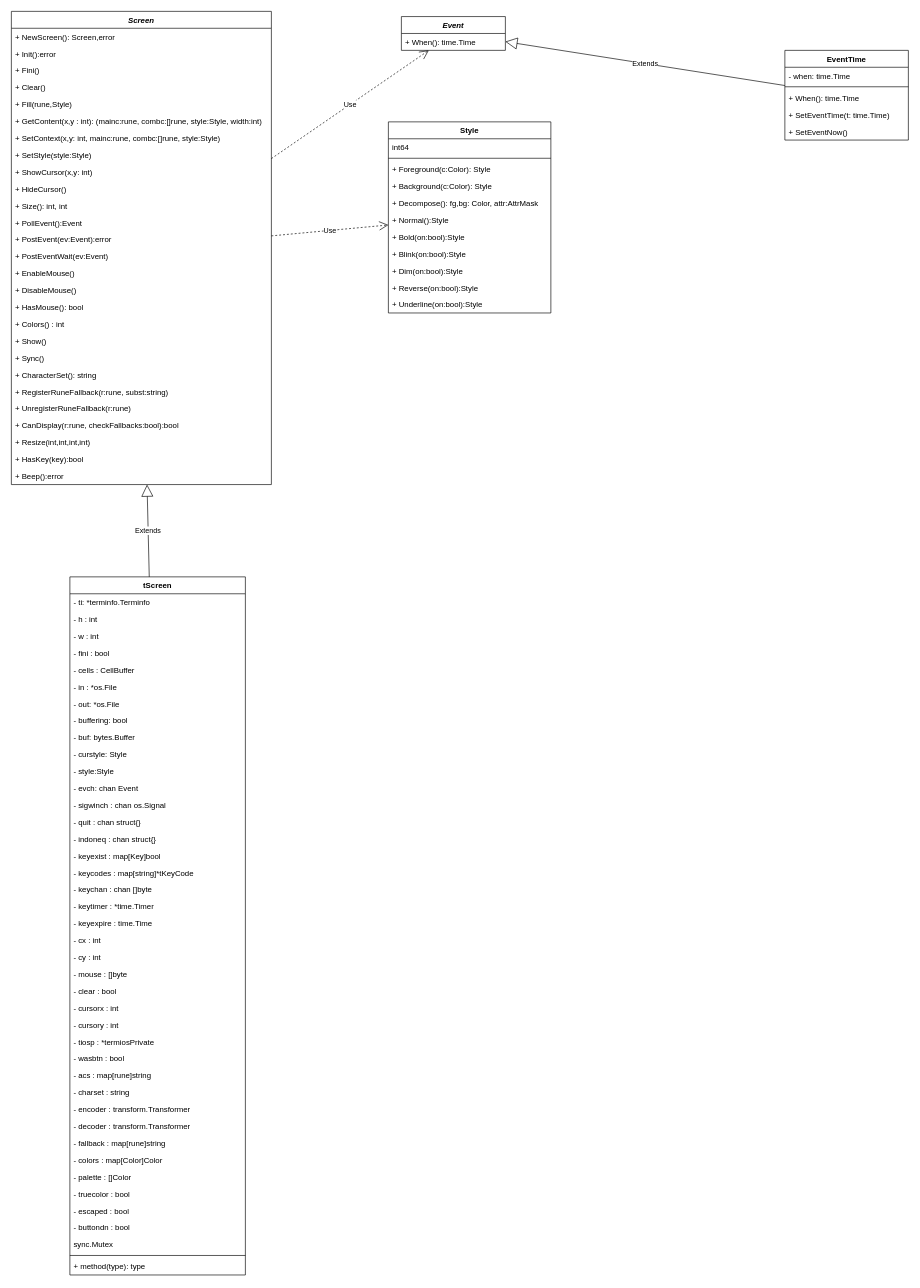
Above: 15.puzzle/tcell.drawio in 63isOK/conference_graph (draw.io), before the change. Source tidied: cells renumbered, new cells numbered last; positions are measured from the earlier drawing's top-left corner, leaving out a move shared by most shapes. Both pictures are drawn from the tidied source at 65%, with x=0, y=0 at pixel (11, 11).
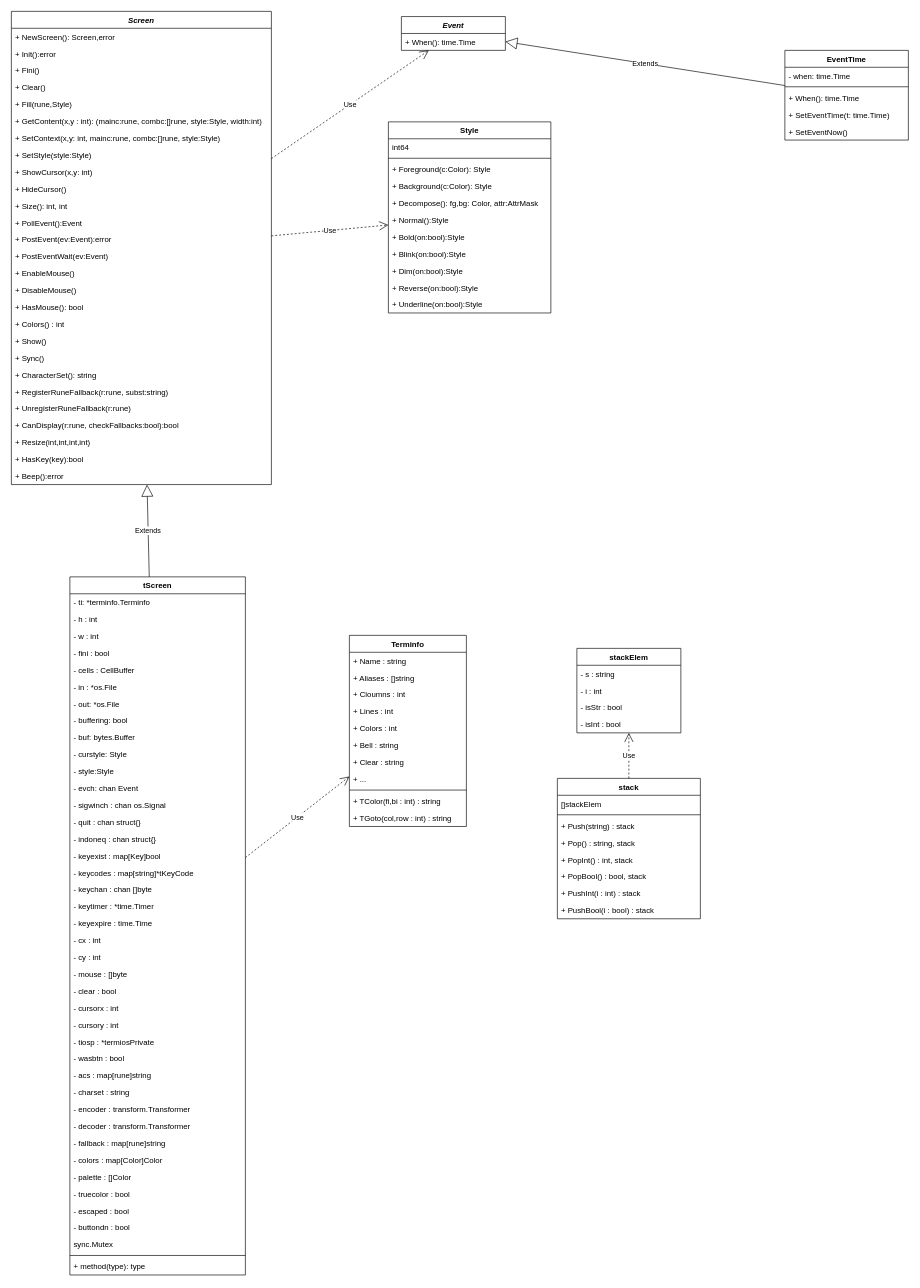
The same diagram, later.

The change refers to these unchanged cells:
```xml
<mxCell id="53" value="tScreen" style="swimlane;fontStyle=1;align=center;verticalAlign=top;horizontal=1;startSize=26;" parent="1" vertex="1">
  <mxGeometry x="90" y="870" width="270" height="1074" as="geometry" />
</mxCell>
```

Diff of the diagram source:
```diff
@@
+    <mxCell id="96" value="Terminfo" style="swimlane;fontStyle=1;align=center;verticalAlign=top;horizontal=1;startSize=26;" parent="1" vertex="1">
+      <mxGeometry x="520" y="960" width="180" height="294" as="geometry" />
+    </mxCell>
+    <mxCell id="97" value="+ Name : string" style="text;strokeColor=none;fillColor=none;align=left;verticalAlign=top;spacingLeft=4;spacingRight=4;overflow=hidden;" parent="96" vertex="1">
+      <mxGeometry y="26" width="180" height="26" as="geometry" />
+    </mxCell>
+    <mxCell id="98" value="+ Aliases : []string" style="text;strokeColor=none;fillColor=none;align=left;verticalAlign=top;spacingLeft=4;spacingRight=4;overflow=hidden;" parent="96" vertex="1">
+      <mxGeometry y="52" width="180" height="26" as="geometry" />
+    </mxCell>
+    <mxCell id="99" value="+ Cloumns : int" style="text;strokeColor=none;fillColor=none;align=left;verticalAlign=top;spacingLeft=4;spacingRight=4;overflow=hidden;" parent="96" vertex="1">
+      <mxGeometry y="78" width="180" height="26" as="geometry" />
+    </mxCell>
+    <mxCell id="100" value="+ Lines : int" style="text;strokeColor=none;fillColor=none;align=left;verticalAlign=top;spacingLeft=4;spacingRight=4;overflow=hidden;" parent="96" vertex="1">
+      <mxGeometry y="104" width="180" height="26" as="geometry" />
+    </mxCell>
+    <mxCell id="101" value="+ Colors : int" style="text;strokeColor=none;fillColor=none;align=left;verticalAlign=top;spacingLeft=4;spacingRight=4;overflow=hidden;" parent="96" vertex="1">
+      <mxGeometry y="130" width="180" height="26" as="geometry" />
+    </mxCell>
+    <mxCell id="102" value="+ Bell : string" style="text;strokeColor=none;fillColor=none;align=left;verticalAlign=top;spacingLeft=4;spacingRight=4;overflow=hidden;" parent="96" vertex="1">
+      <mxGeometry y="156" width="180" height="26" as="geometry" />
+    </mxCell>
+    <mxCell id="103" value="+ Clear : string" style="text;strokeColor=none;fillColor=none;align=left;verticalAlign=top;spacingLeft=4;spacingRight=4;overflow=hidden;" parent="96" vertex="1">
+      <mxGeometry y="182" width="180" height="26" as="geometry" />
+    </mxCell>
+    <mxCell id="104" value="+ ..." style="text;strokeColor=none;fillColor=none;align=left;verticalAlign=top;spacingLeft=4;spacingRight=4;overflow=hidden;" parent="96" vertex="1">
+      <mxGeometry y="208" width="180" height="26" as="geometry" />
+    </mxCell>
+    <mxCell id="105" style="line;strokeWidth=1;fillColor=none;align=left;verticalAlign=middle;spacingTop=-1;spacingLeft=3;spacingRight=3;labelPosition=right;" parent="96" vertex="1">
+      <mxGeometry y="234" width="180" height="8" as="geometry" />
+    </mxCell>
+    <mxCell id="106" value="+ TColor(fi,bi : int) : string" style="text;strokeColor=none;fillColor=none;align=left;verticalAlign=top;spacingLeft=4;spacingRight=4;overflow=hidden;" parent="96" vertex="1">
+      <mxGeometry y="242" width="180" height="26" as="geometry" />
+    </mxCell>
+    <mxCell id="107" value="+ TGoto(col,row : int) : string" style="text;strokeColor=none;fillColor=none;align=left;verticalAlign=top;spacingLeft=4;spacingRight=4;overflow=hidden;" parent="96" vertex="1">
+      <mxGeometry y="268" width="180" height="26" as="geometry" />
+    </mxCell>
+    <mxCell id="108" value="Use" style="endArrow=open;endSize=12;dashed=1;html=1;" parent="1" edge="1" source="53" target="96">
+      <mxGeometry relative="1" as="geometry" />
+    </mxCell>
+    <mxCell id="109" value="stackElem" style="swimlane;fontStyle=1;align=center;verticalAlign=top;horizontal=1;startSize=26;" parent="1" vertex="1">
+      <mxGeometry x="870" y="980" width="160" height="130" as="geometry" />
+    </mxCell>
+    <mxCell id="110" value="- s : string" style="text;strokeColor=none;fillColor=none;align=left;verticalAlign=top;spacingLeft=4;spacingRight=4;overflow=hidden;" parent="109" vertex="1">
+      <mxGeometry y="26" width="160" height="26" as="geometry" />
+    </mxCell>
+    <mxCell id="111" value="- i : int" style="text;strokeColor=none;fillColor=none;align=left;verticalAlign=top;spacingLeft=4;spacingRight=4;overflow=hidden;" parent="109" vertex="1">
+      <mxGeometry y="52" width="160" height="26" as="geometry" />
+    </mxCell>
+    <mxCell id="112" value="- isStr : bool" style="text;strokeColor=none;fillColor=none;align=left;verticalAlign=top;spacingLeft=4;spacingRight=4;overflow=hidden;" parent="109" vertex="1">
+      <mxGeometry y="78" width="160" height="26" as="geometry" />
+    </mxCell>
+    <mxCell id="113" value="- isInt : bool" style="text;strokeColor=none;fillColor=none;align=left;verticalAlign=top;spacingLeft=4;spacingRight=4;overflow=hidden;" parent="109" vertex="1">
+      <mxGeometry y="104" width="160" height="26" as="geometry" />
+    </mxCell>
+    <mxCell id="114" value="stack" style="swimlane;fontStyle=1;align=center;verticalAlign=top;horizontal=1;startSize=26;" parent="1" vertex="1">
+      <mxGeometry x="840" y="1180" width="220" height="216" as="geometry" />
+    </mxCell>
+    <mxCell id="115" value="[]stackElem" style="text;strokeColor=none;fillColor=none;align=left;verticalAlign=top;spacingLeft=4;spacingRight=4;overflow=hidden;" parent="114" vertex="1">
+      <mxGeometry y="26" width="220" height="26" as="geometry" />
+    </mxCell>
+    <mxCell id="116" style="line;strokeWidth=1;fillColor=none;align=left;verticalAlign=middle;spacingTop=-1;spacingLeft=3;spacingRight=3;labelPosition=right;" parent="114" vertex="1">
+      <mxGeometry y="52" width="220" height="8" as="geometry" />
+    </mxCell>
+    <mxCell id="117" value="+ Push(string) : stack" style="text;strokeColor=none;fillColor=none;align=left;verticalAlign=top;spacingLeft=4;spacingRight=4;overflow=hidden;" parent="114" vertex="1">
+      <mxGeometry y="60" width="220" height="26" as="geometry" />
+    </mxCell>
+    <mxCell id="118" value="+ Pop() : string, stack" style="text;strokeColor=none;fillColor=none;align=left;verticalAlign=top;spacingLeft=4;spacingRight=4;overflow=hidden;" parent="114" vertex="1">
+      <mxGeometry y="86" width="220" height="26" as="geometry" />
+    </mxCell>
+    <mxCell id="119" value="+ PopInt() : int, stack" style="text;strokeColor=none;fillColor=none;align=left;verticalAlign=top;spacingLeft=4;spacingRight=4;overflow=hidden;" parent="114" vertex="1">
+      <mxGeometry y="112" width="220" height="26" as="geometry" />
+    </mxCell>
+    <mxCell id="120" value="+ PopBool() : bool, stack" style="text;strokeColor=none;fillColor=none;align=left;verticalAlign=top;spacingLeft=4;spacingRight=4;overflow=hidden;" parent="114" vertex="1">
+      <mxGeometry y="138" width="220" height="26" as="geometry" />
+    </mxCell>
+    <mxCell id="121" value="+ PushInt(i : int) : stack" style="text;strokeColor=none;fillColor=none;align=left;verticalAlign=top;spacingLeft=4;spacingRight=4;overflow=hidden;" parent="114" vertex="1">
+      <mxGeometry y="164" width="220" height="26" as="geometry" />
+    </mxCell>
+    <mxCell id="122" value="+ PushBool(i : bool) : stack" style="text;strokeColor=none;fillColor=none;align=left;verticalAlign=top;spacingLeft=4;spacingRight=4;overflow=hidden;" parent="114" vertex="1">
+      <mxGeometry y="190" width="220" height="26" as="geometry" />
+    </mxCell>
+    <mxCell id="123" value="Use" style="endArrow=open;endSize=12;dashed=1;html=1;" parent="1" edge="1" source="114" target="109">
+      <mxGeometry relative="1" as="geometry" />
+    </mxCell>
```
